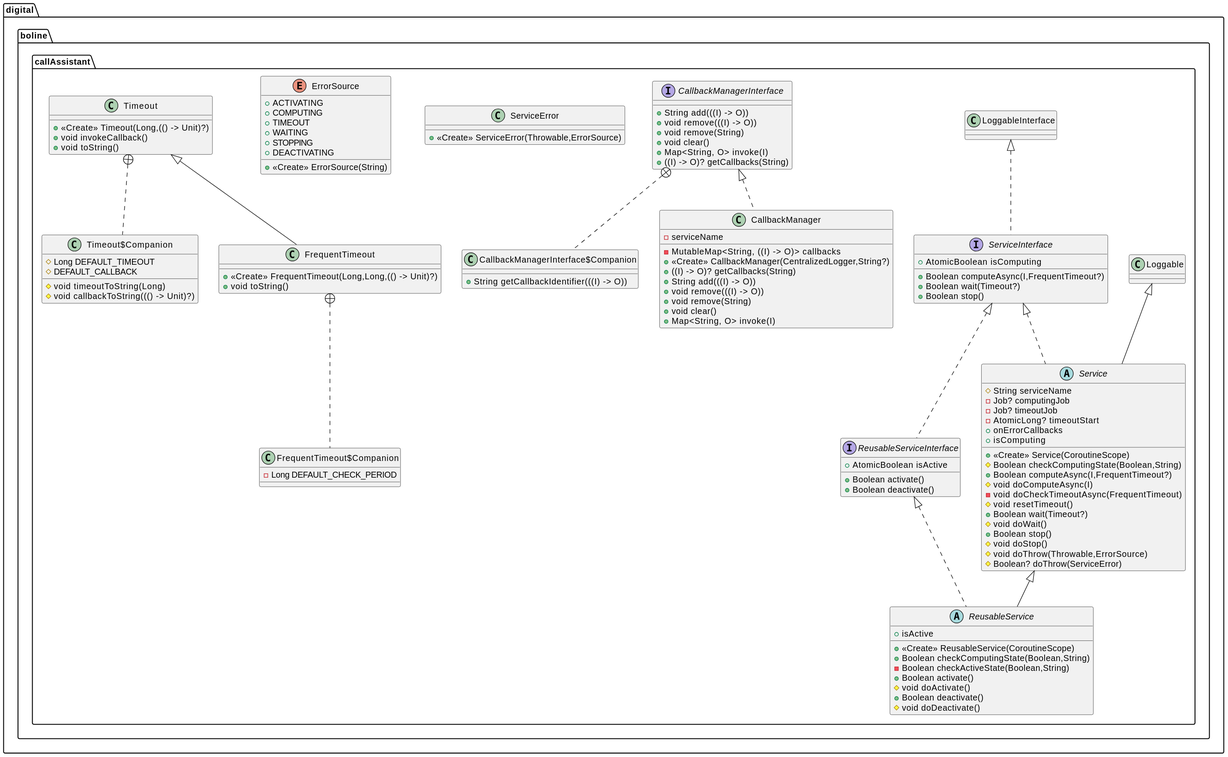
This is doc/uml/service.svg from buoncubi/call_assistant, a PlantUML export, as it was before one commit. Source of this version:
```plantuml
@startuml
interface digital.boline.callAssistant.ServiceInterface {
+ AtomicBoolean isComputing
+ Boolean computeAsync(I,FrequentTimeout?)
+ Boolean wait(Timeout?)
+ Boolean stop()
}


class digital.boline.callAssistant.Timeout$Companion {
# Long DEFAULT_TIMEOUT
#  DEFAULT_CALLBACK
# void timeoutToString(Long)
# void callbackToString((() -> Unit)?)
}


class digital.boline.callAssistant.Timeout {
+ <<Create>> Timeout(Long,(() -> Unit)?)
+ void invokeCallback()
+ void toString()
}

class digital.boline.callAssistant.FrequentTimeout$Companion {
- Long DEFAULT_CHECK_PERIOD
}

class digital.boline.callAssistant.FrequentTimeout {
+ <<Create>> FrequentTimeout(Long,Long,(() -> Unit)?)
+ void toString()
}

enum digital.boline.callAssistant.ErrorSource {
+  ACTIVATING
+  COMPUTING
+  TIMEOUT
+  WAITING
+  STOPPING
+  DEACTIVATING
+ <<Create>> ErrorSource(String)
}


class digital.boline.callAssistant.ServiceError {
+ <<Create>> ServiceError(Throwable,ErrorSource)
}

abstract class digital.boline.callAssistant.Service {
# String serviceName
- Job? computingJob
- Job? timeoutJob
- AtomicLong? timeoutStart
+  onErrorCallbacks
+  isComputing
+ <<Create>> Service(CoroutineScope)
# Boolean checkComputingState(Boolean,String)
+ Boolean computeAsync(I,FrequentTimeout?)
# void doComputeAsync(I)
- void doCheckTimeoutAsync(FrequentTimeout)
# void resetTimeout()
+ Boolean wait(Timeout?)
# void doWait()
+ Boolean stop()
# void doStop()
# void doThrow(Throwable,ErrorSource)
# Boolean? doThrow(ServiceError)
}


interface digital.boline.callAssistant.ReusableServiceInterface {
+ AtomicBoolean isActive
+ Boolean activate()
+ Boolean deactivate()
}


abstract class digital.boline.callAssistant.ReusableService {
+  isActive
+ <<Create>> ReusableService(CoroutineScope)
+ Boolean checkComputingState(Boolean,String)
- Boolean checkActiveState(Boolean,String)
+ Boolean activate()
# void doActivate()
+ Boolean deactivate()
# void doDeactivate()
}


class digital.boline.callAssistant.CallbackManagerInterface$Companion {
+ String getCallbackIdentifier(((I) -> O))
}

interface digital.boline.callAssistant.CallbackManagerInterface {
+ String add(((I) -> O))
+ void remove(((I) -> O))
+ void remove(String)
+ void clear()
+ Map<String, O> invoke(I)
+ ((I) -> O)? getCallbacks(String)
}

class digital.boline.callAssistant.CallbackManager {
-  serviceName
- MutableMap<String, ((I) -> O)> callbacks
+ <<Create>> CallbackManager(CentralizedLogger,String?)
+ ((I) -> O)? getCallbacks(String)
+ String add(((I) -> O))
+ void remove(((I) -> O))
+ void remove(String)
+ void clear()
+ Map<String, O> invoke(I)
}




digital.boline.callAssistant.LoggableInterface <|.. digital.boline.callAssistant.ServiceInterface
digital.boline.callAssistant.Timeout +.. digital.boline.callAssistant.Timeout$Companion
digital.boline.callAssistant.FrequentTimeout +.. digital.boline.callAssistant.FrequentTimeout$Companion
digital.boline.callAssistant.Timeout <|-- digital.boline.callAssistant.FrequentTimeout
digital.boline.callAssistant.ServiceInterface <|.. digital.boline.callAssistant.Service
digital.boline.callAssistant.Loggable <|-- digital.boline.callAssistant.Service
digital.boline.callAssistant.ServiceInterface <|.. digital.boline.callAssistant.ReusableServiceInterface
digital.boline.callAssistant.ReusableServiceInterface <|.. digital.boline.callAssistant.ReusableService
digital.boline.callAssistant.Service <|-- digital.boline.callAssistant.ReusableService
digital.boline.callAssistant.CallbackManagerInterface +.. digital.boline.callAssistant.CallbackManagerInterface$Companion
digital.boline.callAssistant.CallbackManagerInterface <|.. digital.boline.callAssistant.CallbackManager
@enduml
```
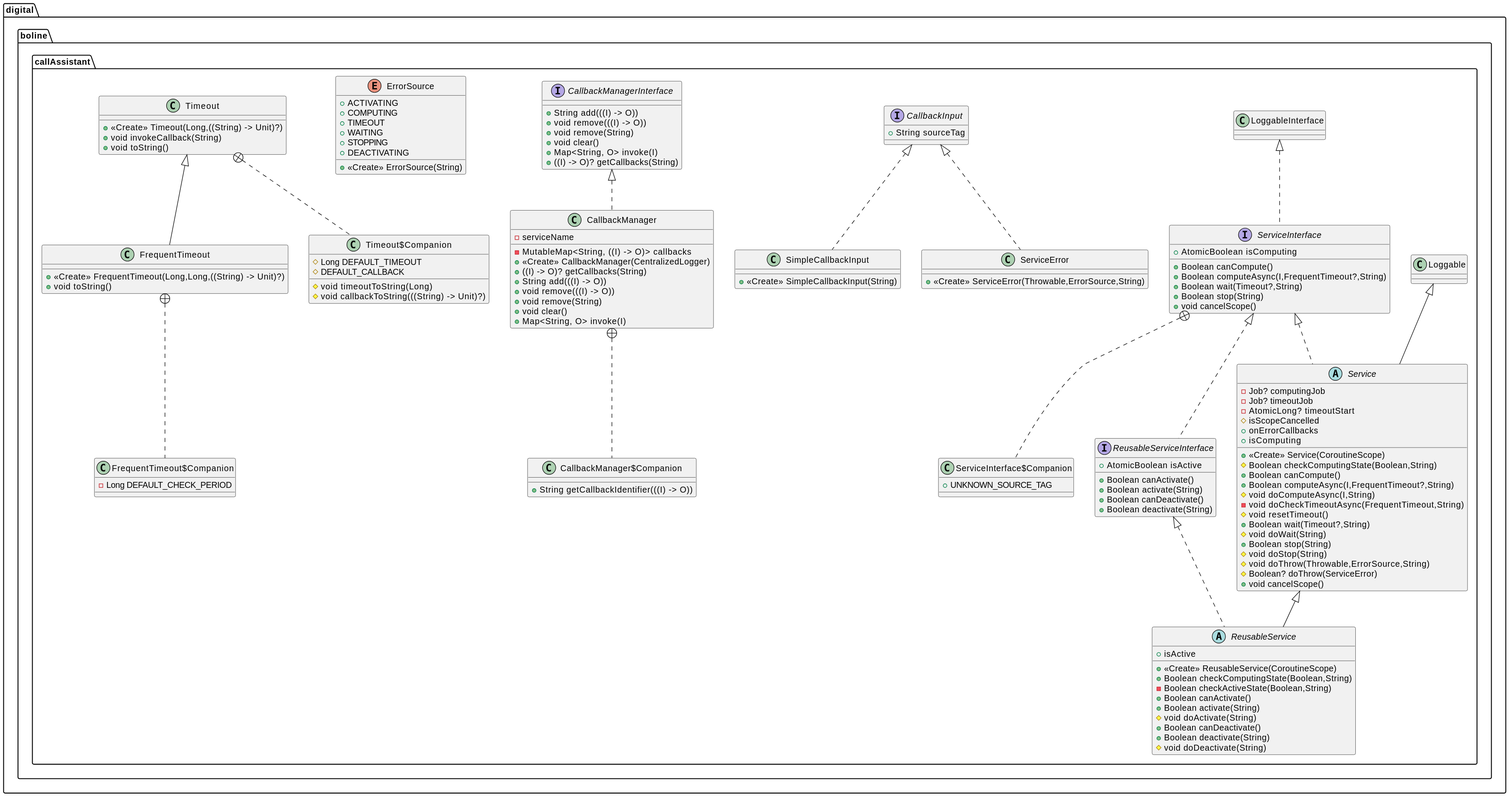
The same diagram one commit later.

The edit, as a diff of the source:
```diff
@@ -1,9 +1,15 @@
 @startuml
+class digital.boline.callAssistant.ServiceInterface$Companion {
++  UNKNOWN_SOURCE_TAG
+}
+
 interface digital.boline.callAssistant.ServiceInterface {
 + AtomicBoolean isComputing
-+ Boolean computeAsync(I,FrequentTimeout?)
-+ Boolean wait(Timeout?)
-+ Boolean stop()
++ Boolean canCompute()
++ Boolean computeAsync(I,FrequentTimeout?,String)
++ Boolean wait(Timeout?,String)
++ Boolean stop(String)
++ void cancelScope()
 }
 
 
@@ -11,13 +17,13 @@
 # Long DEFAULT_TIMEOUT
 #  DEFAULT_CALLBACK
 # void timeoutToString(Long)
-# void callbackToString((() -> Unit)?)
+# void callbackToString(((String) -> Unit)?)
 }
 
 
 class digital.boline.callAssistant.Timeout {
-+ <<Create>> Timeout(Long,(() -> Unit)?)
-+ void invokeCallback()
++ <<Create>> Timeout(Long,((String) -> Unit)?)
++ void invokeCallback(String)
 + void toString()
 }
 
@@ -26,7 +32,7 @@
 }
 
 class digital.boline.callAssistant.FrequentTimeout {
-+ <<Create>> FrequentTimeout(Long,Long,(() -> Unit)?)
++ <<Create>> FrequentTimeout(Long,Long,((String) -> Unit)?)
 + void toString()
 }
 
@@ -42,35 +48,39 @@
 
 
 class digital.boline.callAssistant.ServiceError {
-+ <<Create>> ServiceError(Throwable,ErrorSource)
++ <<Create>> ServiceError(Throwable,ErrorSource,String)
 }
 
 abstract class digital.boline.callAssistant.Service {
-# String serviceName
 - Job? computingJob
 - Job? timeoutJob
 - AtomicLong? timeoutStart
+#  isScopeCancelled
 +  onErrorCallbacks
 +  isComputing
 + <<Create>> Service(CoroutineScope)
 # Boolean checkComputingState(Boolean,String)
-+ Boolean computeAsync(I,FrequentTimeout?)
-# void doComputeAsync(I)
-- void doCheckTimeoutAsync(FrequentTimeout)
++ Boolean canCompute()
++ Boolean computeAsync(I,FrequentTimeout?,String)
+# void doComputeAsync(I,String)
+- void doCheckTimeoutAsync(FrequentTimeout,String)
 # void resetTimeout()
-+ Boolean wait(Timeout?)
-# void doWait()
-+ Boolean stop()
-# void doStop()
-# void doThrow(Throwable,ErrorSource)
++ Boolean wait(Timeout?,String)
+# void doWait(String)
++ Boolean stop(String)
+# void doStop(String)
+# void doThrow(Throwable,ErrorSource,String)
 # Boolean? doThrow(ServiceError)
++ void cancelScope()
 }
 
 
 interface digital.boline.callAssistant.ReusableServiceInterface {
 + AtomicBoolean isActive
-+ Boolean activate()
-+ Boolean deactivate()
++ Boolean canActivate()
++ Boolean activate(String)
++ Boolean canDeactivate()
++ Boolean deactivate(String)
 }
 
 
@@ -79,16 +89,14 @@
 + <<Create>> ReusableService(CoroutineScope)
 + Boolean checkComputingState(Boolean,String)
 - Boolean checkActiveState(Boolean,String)
-+ Boolean activate()
-# void doActivate()
-+ Boolean deactivate()
-# void doDeactivate()
++ Boolean canActivate()
++ Boolean activate(String)
+# void doActivate(String)
++ Boolean canDeactivate()
++ Boolean deactivate(String)
+# void doDeactivate(String)
 }
 
-
-class digital.boline.callAssistant.CallbackManagerInterface$Companion {
-+ String getCallbackIdentifier(((I) -> O))
-}
 
 interface digital.boline.callAssistant.CallbackManagerInterface {
 + String add(((I) -> O))
@@ -99,10 +107,22 @@
 + ((I) -> O)? getCallbacks(String)
 }
 
+interface digital.boline.callAssistant.CallbackInput {
++ String sourceTag
+}
+
+class digital.boline.callAssistant.SimpleCallbackInput {
++ <<Create>> SimpleCallbackInput(String)
+}
+
+class digital.boline.callAssistant.CallbackManager$Companion {
++ String getCallbackIdentifier(((I) -> O))
+}
+
 class digital.boline.callAssistant.CallbackManager {
 -  serviceName
 - MutableMap<String, ((I) -> O)> callbacks
-+ <<Create>> CallbackManager(CentralizedLogger,String?)
++ <<Create>> CallbackManager(CentralizedLogger)
 + ((I) -> O)? getCallbacks(String)
 + String add(((I) -> O))
 + void remove(((I) -> O))
@@ -114,15 +134,18 @@
 
 
 
+digital.boline.callAssistant.ServiceInterface +.. digital.boline.callAssistant.ServiceInterface$Companion
 digital.boline.callAssistant.LoggableInterface <|.. digital.boline.callAssistant.ServiceInterface
 digital.boline.callAssistant.Timeout +.. digital.boline.callAssistant.Timeout$Companion
 digital.boline.callAssistant.FrequentTimeout +.. digital.boline.callAssistant.FrequentTimeout$Companion
 digital.boline.callAssistant.Timeout <|-- digital.boline.callAssistant.FrequentTimeout
+digital.boline.callAssistant.CallbackInput <|.. digital.boline.callAssistant.ServiceError
 digital.boline.callAssistant.ServiceInterface <|.. digital.boline.callAssistant.Service
 digital.boline.callAssistant.Loggable <|-- digital.boline.callAssistant.Service
 digital.boline.callAssistant.ServiceInterface <|.. digital.boline.callAssistant.ReusableServiceInterface
 digital.boline.callAssistant.ReusableServiceInterface <|.. digital.boline.callAssistant.ReusableService
 digital.boline.callAssistant.Service <|-- digital.boline.callAssistant.ReusableService
-digital.boline.callAssistant.CallbackManagerInterface +.. digital.boline.callAssistant.CallbackManagerInterface$Companion
+digital.boline.callAssistant.CallbackInput <|.. digital.boline.callAssistant.SimpleCallbackInput
+digital.boline.callAssistant.CallbackManager +.. digital.boline.callAssistant.CallbackManager$Companion
 digital.boline.callAssistant.CallbackManagerInterface <|.. digital.boline.callAssistant.CallbackManager
 @enduml
```
